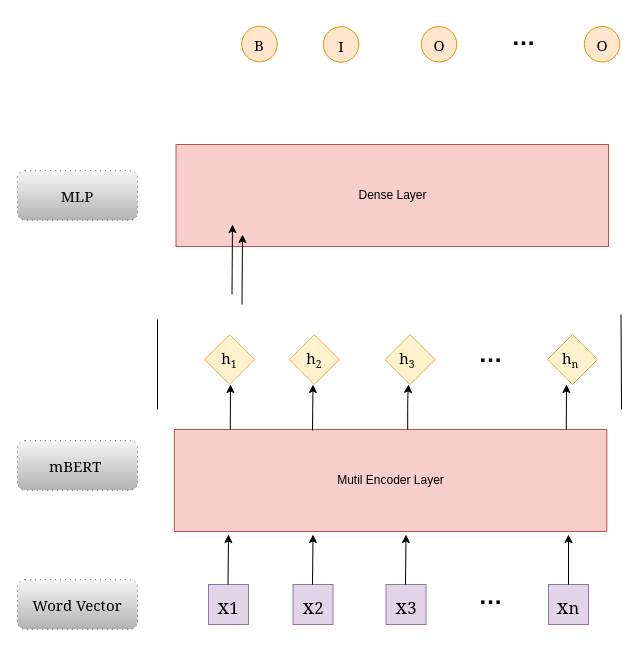
Earlier version of the draw.io diagram BiLSTM-CRF.drawio (yhx123hero/CyberspaceSecurity_NER). Source tidied: cells renumbered, new cells numbered last; positions are measured from the earlier drawing's top-left corner, leaving out a move shared by most shapes. Both pictures are drawn from the tidied source at 100%, with x=0, y=0 at pixel (17, 16).
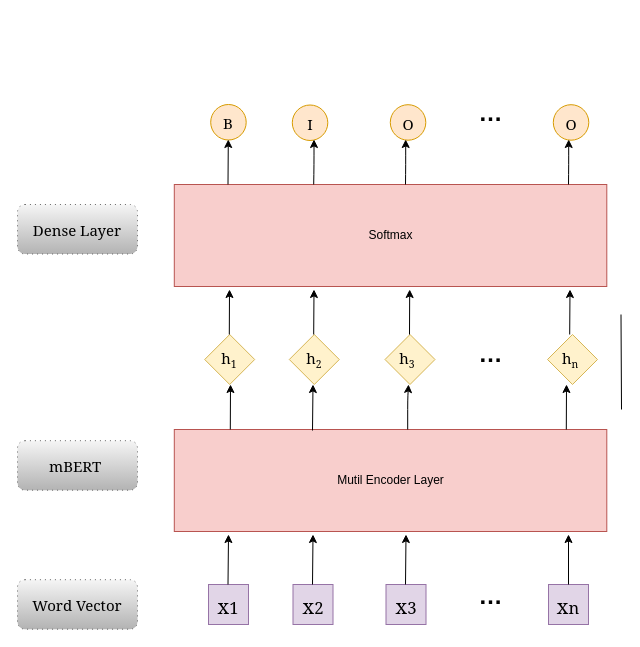
Above is the later version.

What changed in the source:
```diff
@@
     <mxCell id="20" style="ellipse;whiteSpace=wrap;html=1;labelBackgroundColor=none;fontFamily=Georgia;fontSize=15;fillColor=#ffe6cc;strokeColor=#d79b00;" parent="1" vertex="1">
-      <mxGeometry x="224.2" y="9.8" width="35.5" height="35.5" as="geometry" />
+      <mxGeometry x="193.2" y="88" width="35.5" height="35.5" as="geometry" />
     </mxCell>
     <mxCell id="21" value="B" style="text;html=1;strokeColor=none;fillColor=none;align=center;verticalAlign=middle;whiteSpace=wrap;rounded=0;labelBackgroundColor=none;fontFamily=Georgia;fontSize=15;" parent="1" vertex="1">
-      <mxGeometry x="222" y="18" width="40" height="20" as="geometry" />
+      <mxGeometry x="191" y="96.2" width="40" height="20" as="geometry" />
     </mxCell>
     <mxCell id="22" style="ellipse;whiteSpace=wrap;html=1;labelBackgroundColor=none;fontFamily=Georgia;fontSize=15;fillColor=#ffe6cc;strokeColor=#d79b00;" parent="1" vertex="1">
-      <mxGeometry x="305.8" y="10.2" width="35.5" height="35.5" as="geometry" />
+      <mxGeometry x="274.8" y="88.5" width="35.5" height="35.5" as="geometry" />
     </mxCell>
     <mxCell id="23" value="I" style="text;html=1;strokeColor=none;fillColor=none;align=center;verticalAlign=middle;whiteSpace=wrap;rounded=0;labelBackgroundColor=none;fontFamily=Georgia;fontSize=15;" parent="1" vertex="1">
-      <mxGeometry x="303.5" y="18.5" width="40" height="20" as="geometry" />
+      <mxGeometry x="272.5" y="96.8" width="40" height="20" as="geometry" />
     </mxCell>
     <mxCell id="24" style="ellipse;whiteSpace=wrap;html=1;labelBackgroundColor=none;fontFamily=Georgia;fontSize=15;fillColor=#ffe6cc;strokeColor=#d79b00;" parent="1" vertex="1">
-      <mxGeometry x="403.8" y="10" width="35.5" height="35.5" as="geometry" />
+      <mxGeometry x="372.8" y="88.2" width="35.5" height="35.5" as="geometry" />
     </mxCell>
     <mxCell id="25" value="O" style="text;html=1;strokeColor=none;fillColor=none;align=center;verticalAlign=middle;whiteSpace=wrap;rounded=0;labelBackgroundColor=none;fontFamily=Georgia;fontSize=15;" parent="1" vertex="1">
-      <mxGeometry x="401.5" y="18.2" width="40" height="20" as="geometry" />
+      <mxGeometry x="370.5" y="96.5" width="40" height="20" as="geometry" />
     </mxCell>
     <mxCell id="26" style="ellipse;whiteSpace=wrap;html=1;labelBackgroundColor=none;fontFamily=Georgia;fontSize=15;fillColor=#ffe6cc;strokeColor=#d79b00;" parent="1" vertex="1">
-      <mxGeometry x="566.8" y="10" width="35.5" height="35.5" as="geometry" />
+      <mxGeometry x="535.8" y="88.2" width="35.5" height="35.5" as="geometry" />
     </mxCell>
     <mxCell id="27" value="O" style="text;html=1;strokeColor=none;fillColor=none;align=center;verticalAlign=middle;whiteSpace=wrap;rounded=0;labelBackgroundColor=none;fontFamily=Georgia;fontSize=15;" parent="1" vertex="1">
-      <mxGeometry x="564.5" y="18.2" width="40" height="20" as="geometry" />
+      <mxGeometry x="533.5" y="96.5" width="40" height="20" as="geometry" />
     </mxCell>
-    <mxCell id="28" style="endArrow=classic;html=1;fontFamily=Georgia;fontSize=15;" parent="1" edge="1">
-      <mxGeometry relative="1" as="geometry">
-        <mxPoint x="294" y="177" as="sourcePoint" />
-        <mxPoint x="294" y="136" as="targetPoint" />
-      </mxGeometry>
-    </mxCell>
-    <mxCell id="29" style="endArrow=classic;html=1;fontFamily=Georgia;fontSize=15;" parent="1" edge="1">
-      <mxGeometry relative="1" as="geometry">
-        <mxPoint x="392" y="178" as="sourcePoint" />
-        <mxPoint x="392" y="138" as="targetPoint" />
-      </mxGeometry>
-    </mxCell>
@@
     <mxCell id="32" value="…" style="text;strokeColor=none;fillColor=none;html=1;fontSize=24;fontStyle=1;verticalAlign=middle;align=center;labelBackgroundColor=none;" parent="1" vertex="1">
-      <mxGeometry x="455.5" y="0.5" width="100" height="40" as="geometry" />
+      <mxGeometry x="423" y="76.8" width="100" height="40" as="geometry" />
     </mxCell>
@@
-    <mxCell id="43" value="Dense Layer" style="rounded=0;whiteSpace=wrap;html=1;fillColor=#f8cecc;strokeColor=#b85450;" parent="1" vertex="1">
-      <mxGeometry x="158.5" y="128" width="432.5" height="102" as="geometry" />
+    <mxCell id="43" value="Softmax" style="rounded=0;whiteSpace=wrap;html=1;fillColor=#f8cecc;strokeColor=#b85450;" parent="1" vertex="1">
+      <mxGeometry x="156.8" y="168" width="432.5" height="102" as="geometry" />
     </mxCell>
-    <mxCell id="44" style="endArrow=none;html=1;" parent="1" edge="1">
-      <mxGeometry relative="1" as="geometry">
-        <mxPoint x="140" y="393" as="sourcePoint" />
-        <mxPoint x="140" y="303" as="targetPoint" />
-      </mxGeometry>
-    </mxCell>
-    <mxCell id="45" value="MLP" style="shape=ext;rounded=1;html=1;whiteSpace=wrap;dashed=1;dashPattern=1 4;labelBackgroundColor=none;fontFamily=Georgia;fontSize=15;fillColor=#f5f5f5;strokeColor=#666666;gradientColor=#b3b3b3;" parent="1" vertex="1">
-      <mxGeometry y="154.2" width="120" height="49.5" as="geometry" />
+    <mxCell id="45" value="Dense Layer" style="shape=ext;rounded=1;html=1;whiteSpace=wrap;dashed=1;dashPattern=1 4;labelBackgroundColor=none;fontFamily=Georgia;fontSize=15;fillColor=#f5f5f5;strokeColor=#666666;gradientColor=#b3b3b3;" parent="1" vertex="1">
+      <mxGeometry y="188" width="120" height="49.5" as="geometry" />
     </mxCell>
-    <mxCell id="46" style="endArrow=classic;html=1;entryX=0.126;entryY=0.98;entryDx=0;entryDy=0;entryPerimeter=0;" parent="1" edge="1">
-      <mxGeometry relative="1" as="geometry">
-        <mxPoint x="214.5" y="278" as="sourcePoint" />
-        <mxPoint x="215" y="208" as="targetPoint" />
-      </mxGeometry>
-    </mxCell>
-    <mxCell id="47" style="endArrow=classic;html=1;entryX=0.126;entryY=0.98;entryDx=0;entryDy=0;entryPerimeter=0;" parent="1" edge="1">
-      <mxGeometry relative="1" as="geometry">
-        <mxPoint x="224.5" y="288" as="sourcePoint" />
-        <mxPoint x="225" y="218" as="targetPoint" />
-      </mxGeometry>
-    </mxCell>
+    <mxCell id="48" style="endArrow=classic;html=1;" parent="1" edge="1">
+      <mxGeometry relative="1" as="geometry">
+        <mxPoint x="211.8" y="318" as="sourcePoint" />
+        <mxPoint x="212" y="273" as="targetPoint" />
+      </mxGeometry>
+    </mxCell>
+    <mxCell id="49" style="endArrow=classic;html=1;" parent="1" edge="1">
+      <mxGeometry relative="1" as="geometry">
+        <mxPoint x="296.2" y="318" as="sourcePoint" />
+        <mxPoint x="296.5" y="273" as="targetPoint" />
+      </mxGeometry>
+    </mxCell>
+    <mxCell id="50" style="endArrow=classic;html=1;" parent="1" edge="1">
+      <mxGeometry relative="1" as="geometry">
+        <mxPoint x="392" y="318" as="sourcePoint" />
+        <mxPoint x="392.2" y="273" as="targetPoint" />
+      </mxGeometry>
+    </mxCell>
+    <mxCell id="51" style="endArrow=classic;html=1;" parent="1" edge="1">
+      <mxGeometry relative="1" as="geometry">
+        <mxPoint x="552.2" y="318" as="sourcePoint" />
+        <mxPoint x="552.5" y="273" as="targetPoint" />
+      </mxGeometry>
+    </mxCell>
+    <mxCell id="52" style="endArrow=classic;html=1;" parent="1" edge="1">
+      <mxGeometry relative="1" as="geometry">
+        <mxPoint x="210.5" y="168" as="sourcePoint" />
+        <mxPoint x="210.8" y="123" as="targetPoint" />
+      </mxGeometry>
+    </mxCell>
+    <mxCell id="53" style="endArrow=classic;html=1;" parent="1" edge="1">
+      <mxGeometry relative="1" as="geometry">
+        <mxPoint x="296.2" y="168" as="sourcePoint" />
+        <mxPoint x="296.5" y="123" as="targetPoint" />
+        <Array as="points">
+          <mxPoint x="296.5" y="148" />
+        </Array>
+      </mxGeometry>
+    </mxCell>
+    <mxCell id="54" style="endArrow=classic;html=1;" parent="1" edge="1">
+      <mxGeometry relative="1" as="geometry">
+        <mxPoint x="388" y="168" as="sourcePoint" />
+        <mxPoint x="388.2" y="123" as="targetPoint" />
+        <Array as="points">
+          <mxPoint x="388.2" y="148" />
+        </Array>
+      </mxGeometry>
+    </mxCell>
+    <mxCell id="55" style="endArrow=classic;html=1;" parent="1" edge="1">
+      <mxGeometry relative="1" as="geometry">
+        <mxPoint x="551" y="168" as="sourcePoint" />
+        <mxPoint x="551.2" y="123" as="targetPoint" />
+        <Array as="points">
+          <mxPoint x="551.2" y="148" />
+        </Array>
+      </mxGeometry>
+    </mxCell>
```
